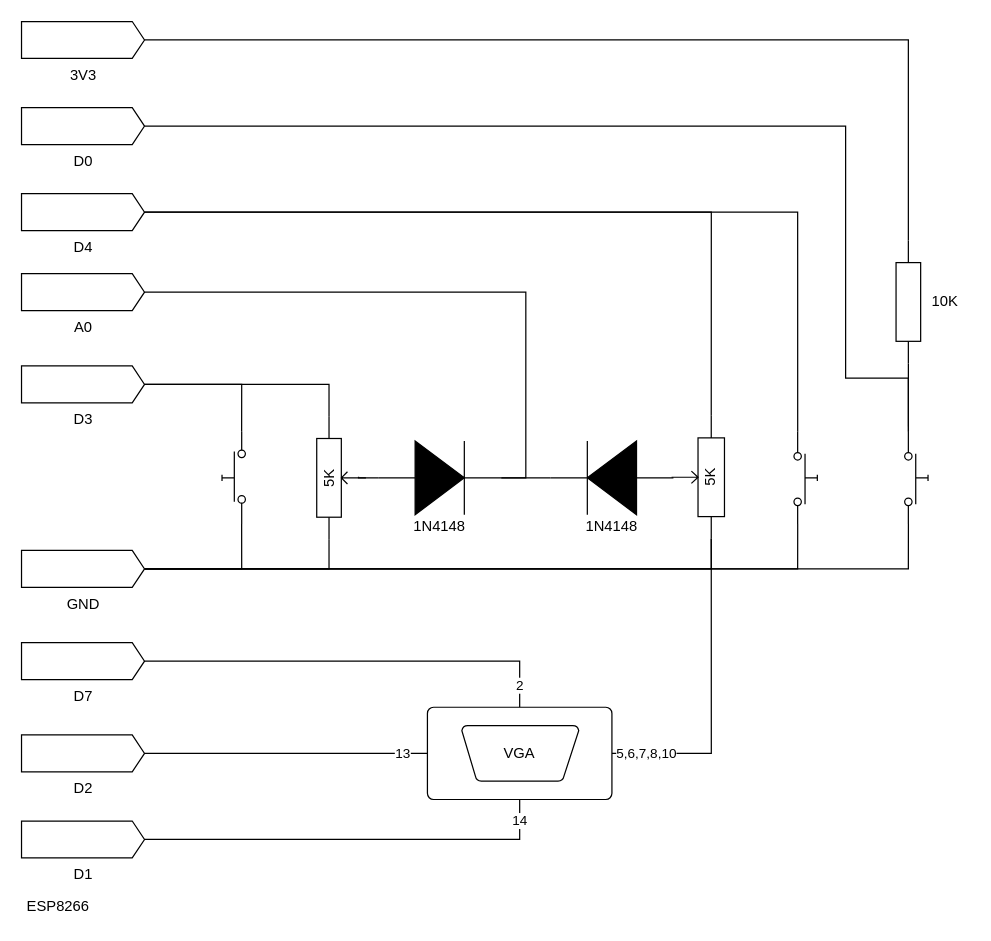
terryspitz/ESP8266-VGA-Games keeps this draw.io diagram as ESP8266-VGA-Games-Schematics.drawio. Above is the earlier version. Source tidied: cells renumbered, new cells numbered last; positions are measured from the earlier drawing's top-left corner, leaving out a move shared by most shapes. Both pictures are drawn from the tidied source at 123%, with x=0, y=0 at pixel (21, 21).
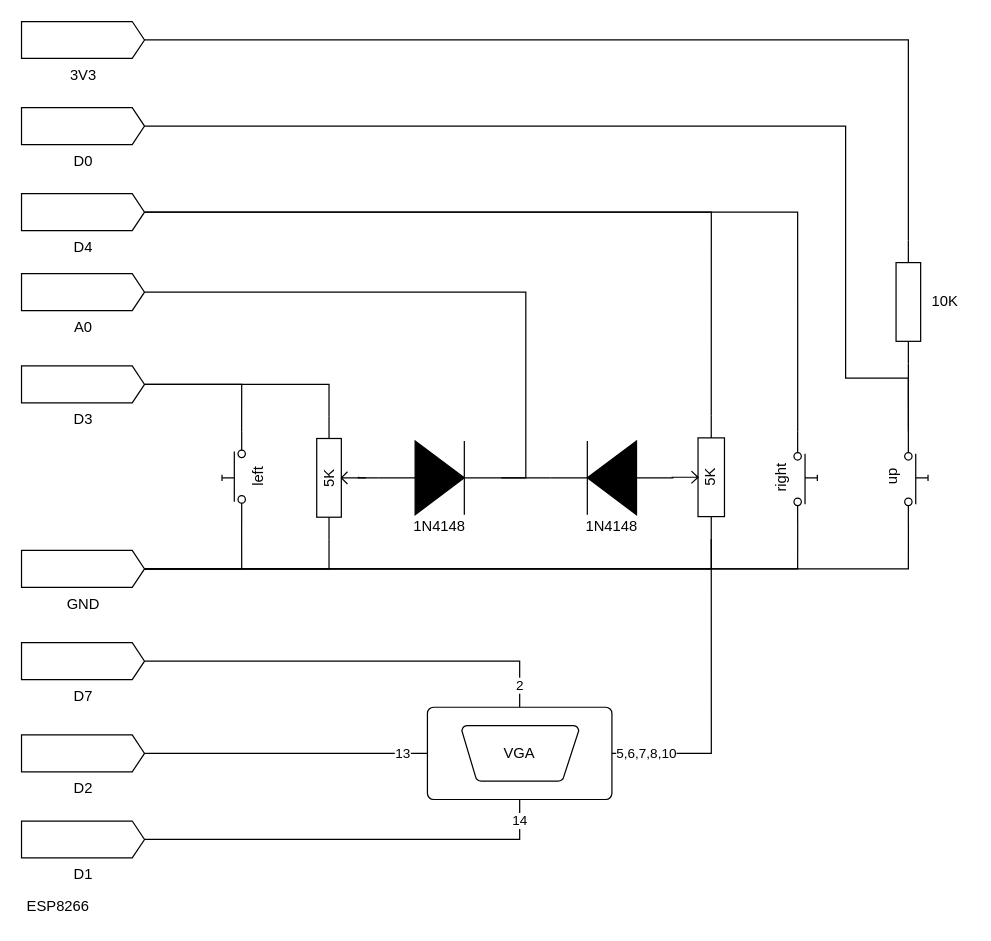
After the change.

Diff of the diagram source:
```diff
@@
+    <mxCell id="46" value="left" style="text;html=1;strokeColor=none;fillColor=none;align=center;verticalAlign=middle;whiteSpace=wrap;rounded=0;rotation=-90;" parent="1" vertex="1">
+      <mxGeometry x="172.5" y="360.5" width="40" height="20" as="geometry" />
+    </mxCell>
+    <mxCell id="47" value="right" style="text;html=1;strokeColor=none;fillColor=none;align=center;verticalAlign=middle;whiteSpace=wrap;rounded=0;rotation=-90;" parent="1" vertex="1">
+      <mxGeometry x="597.5" y="361.5" width="40" height="20" as="geometry" />
+    </mxCell>
+    <mxCell id="48" value="up" style="text;html=1;strokeColor=none;fillColor=none;align=center;verticalAlign=middle;whiteSpace=wrap;rounded=0;rotation=-90;" parent="1" vertex="1">
+      <mxGeometry x="687.5" y="360.5" width="40" height="20" as="geometry" />
+    </mxCell>
```
